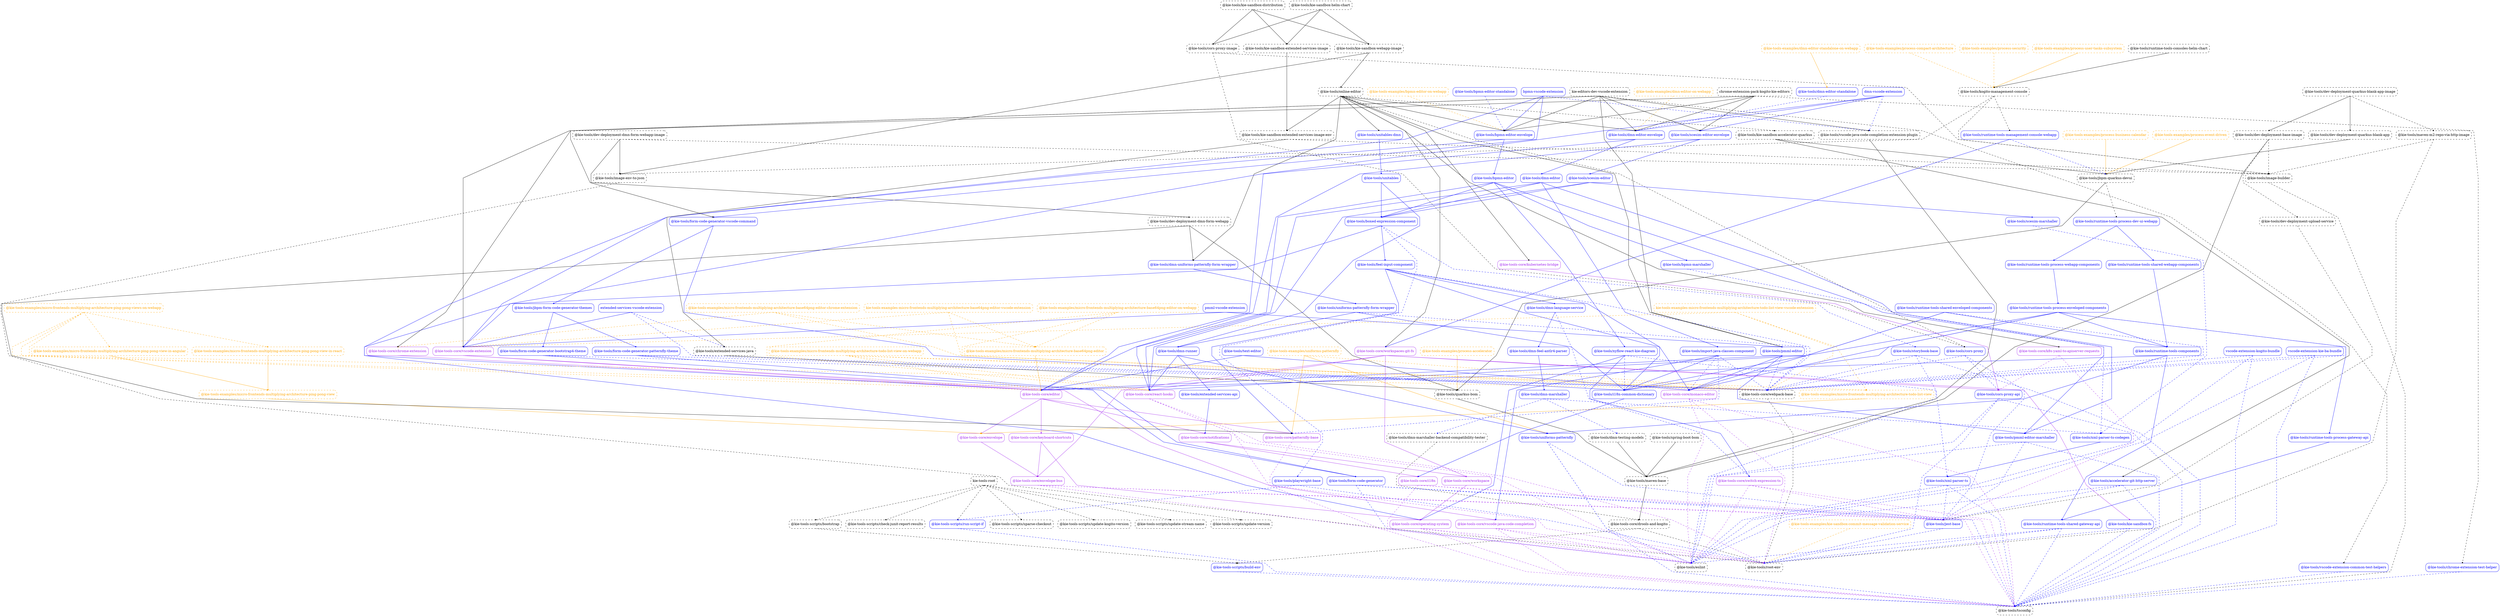
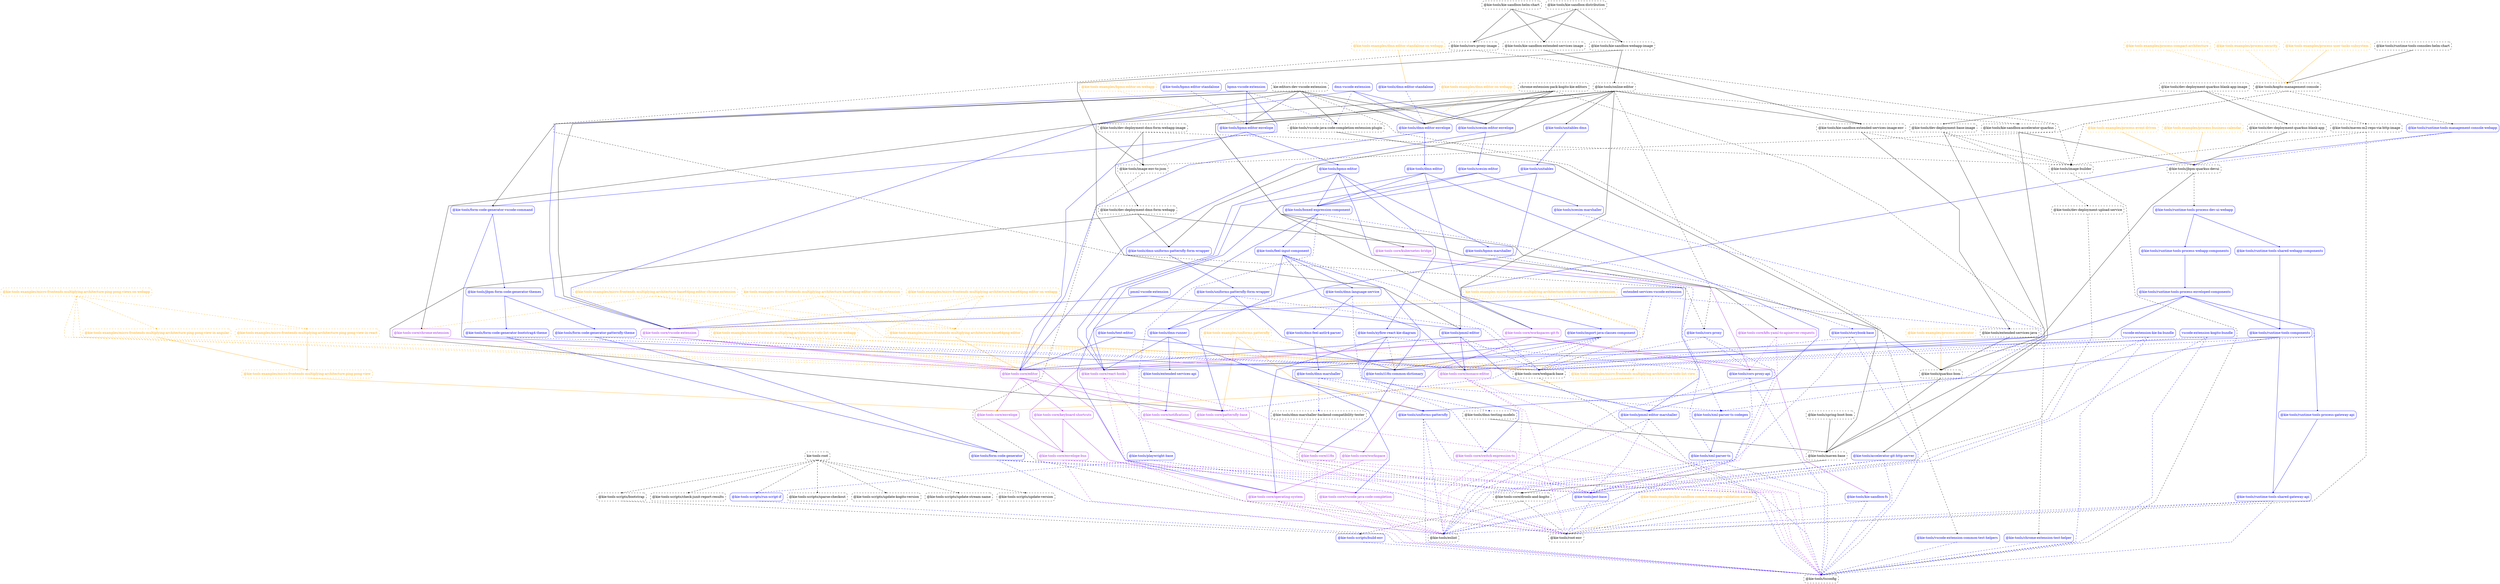
digraph G {
  graph [ ranksep =2, splines = "polyline", rankdir =TB, ordering = "out" ];
  node [ shape =box ];
  edge [ headport = "n", tailport = "s", arrowhead =dot, arrowsize =0.5 ];
  "kie-tools-root" [ color = "black", fontcolor = "black", style = "dashed, rounded" ];
  "@kie-tools-scripts/bootstrap" [ color = "black", fontcolor = "black", style = "dashed, rounded" ];
  "@kie-tools-scripts/check-junit-report-results" [ color = "black", fontcolor = "black", style = "dashed, rounded" ];
  "@kie-tools-scripts/run-script-if" [ color = "blue", fontcolor = "blue", style = "rounded" ];
  "@kie-tools-scripts/sparse-checkout" [ color = "black", fontcolor = "black", style = "dashed, rounded" ];
  "@kie-tools-scripts/update-kogito-version" [ color = "black", fontcolor = "black", style = "dashed, rounded" ];
  "@kie-tools-scripts/update-stream-name" [ color = "black", fontcolor = "black", style = "dashed, rounded" ];
  "@kie-tools-scripts/update-version" [ color = "black", fontcolor = "black", style = "dashed, rounded" ];
  "@kie-tools-examples/bpmn-editor-on-webapp" [ color = "orange", fontcolor = "orange", style = "dashed, rounded" ];
  "@kie-tools/bpmn-editor-envelope" [ color = "blue", fontcolor = "blue", style = "rounded" ];
  "@kie-tools-examples/dmn-editor-on-webapp" [ color = "orange", fontcolor = "orange", style = "dashed, rounded" ];
  "@kie-tools/dmn-editor-envelope" [ color = "blue", fontcolor = "blue", style = "rounded" ];
  "@kie-tools-examples/dmn-editor-standalone-on-webapp" [ color = "orange", fontcolor = "orange", style = "dashed, rounded" ];
  "@kie-tools/dmn-editor-standalone" [ color = "blue", fontcolor = "blue", style = "rounded" ];
  "@kie-tools-examples/kie-sandbox-commit-message-validation-service" [ color = "orange", fontcolor = "orange", style = "dashed, rounded" ];
  "@kie-tools/root-env" [ color = "black", fontcolor = "black", style = "dashed, rounded" ];
  "@kie-tools-examples/micro-frontends-multiplying-architecture-base64png-editor" [ color = "orange", fontcolor = "orange", style = "dashed, rounded" ];
  "@kie-tools-core/editor" [ color = "purple", fontcolor = "purple", style = "rounded" ];
  "@kie-tools-examples/micro-frontends-multiplying-architecture-base64png-editor-chrome-extension" [ color = "orange", fontcolor = "orange", style = "dashed, rounded" ];
  "@kie-tools-core/chrome-extension" [ color = "purple", fontcolor = "purple", style = "rounded" ];
  "@kie-tools-core/webpack-base" [ color = "black", fontcolor = "black", style = "dashed, rounded" ];
  "@kie-tools-examples/micro-frontends-multiplying-architecture-base64png-editor-on-webapp" [ color = "orange", fontcolor = "orange", style = "dashed, rounded" ];
  "@kie-tools-core/react-hooks" [ color = "purple", fontcolor = "purple", style = "rounded" ];
  "kie-tools-examples-micro-frontends-multiplying-architecture-base64png-editor-vscode-extension" [ color = "orange", fontcolor = "orange", style = "dashed, rounded" ];
  "@kie-tools-core/vscode-extension" [ color = "purple", fontcolor = "purple", style = "rounded" ];
  "@kie-tools-examples/micro-frontends-multiplying-architecture-ping-pong-view" [ color = "orange", fontcolor = "orange", style = "dashed, rounded" ];
  "@kie-tools-core/envelope" [ color = "purple", fontcolor = "purple", style = "rounded" ];
  "@kie-tools-examples/micro-frontends-multiplying-architecture-ping-pong-view-in-angular" [ color = "orange", fontcolor = "orange", style = "dashed, rounded" ];
  "@kie-tools-examples/micro-frontends-multiplying-architecture-ping-pong-view-in-react" [ color = "orange", fontcolor = "orange", style = "dashed, rounded" ];
  "@kie-tools-examples/micro-frontends-multiplying-architecture-ping-pong-views-on-webapp" [ color = "orange", fontcolor = "orange", style = "dashed, rounded" ];
  "@kie-tools-examples/micro-frontends-multiplying-architecture-todo-list-view" [ color = "orange", fontcolor = "orange", style = "dashed, rounded" ];
  "@kie-tools-examples/micro-frontends-multiplying-architecture-todo-list-view-on-webapp" [ color = "orange", fontcolor = "orange", style = "dashed, rounded" ];
  "kie-tools-examples-micro-frontends-multiplying-architecture-todo-list-view-vscode-extension" [ color = "orange", fontcolor = "orange", style = "dashed, rounded" ];
  "@kie-tools-examples/process-accelerator" [ color = "orange", fontcolor = "orange", style = "dashed, rounded" ];
  "@kie-tools/quarkus-bom" [ color = "black", fontcolor = "black", style = "dashed, rounded" ];
  "@kie-tools-examples/process-business-calendar" [ color = "orange", fontcolor = "orange", style = "dashed, rounded" ];
  "@kie-tools/jbpm-quarkus-devui" [ color = "black", fontcolor = "black", style = "dashed, rounded" ];
  "@kie-tools-examples/process-compact-architecture" [ color = "orange", fontcolor = "orange", style = "dashed, rounded" ];
  "@kie-tools/kogito-management-console" [ color = "black", fontcolor = "black", style = "dashed, rounded" ];
  "@kie-tools-examples/process-event-driven" [ color = "orange", fontcolor = "orange", style = "dashed, rounded" ];
  "@kie-tools-examples/process-security" [ color = "orange", fontcolor = "orange", style = "dashed, rounded" ];
  "@kie-tools-examples/process-user-tasks-subsystem" [ color = "orange", fontcolor = "orange", style = "dashed, rounded" ];
  "@kie-tools-examples/uniforms-patternfly" [ color = "orange", fontcolor = "orange", style = "dashed, rounded" ];
  "@kie-tools-core/patternfly-base" [ color = "purple", fontcolor = "purple", style = "rounded" ];
  "@kie-tools/uniforms-patternfly" [ color = "blue", fontcolor = "blue", style = "rounded" ];
  "@kie-tools/accelerator-git-http-server" [ color = "blue", fontcolor = "blue", style = "rounded" ];
  "@kie-tools/eslint" [ color = "black", fontcolor = "black", style = "dashed, rounded" ];
  "@kie-tools/jest-base" [ color = "blue", fontcolor = "blue", style = "rounded" ];
  "@kie-tools/tsconfig" [ color = "black", fontcolor = "black", style = "dashed, rounded" ];
  "@kie-tools/boxed-expression-component" [ color = "blue", fontcolor = "blue", style = "rounded" ];
  "@kie-tools-core/operating-system" [ color = "purple", fontcolor = "purple", style = "rounded" ];
  "@kie-tools/feel-input-component" [ color = "blue", fontcolor = "blue", style = "rounded" ];
  "@kie-tools/playwright-base" [ color = "blue", fontcolor = "blue", style = "rounded" ];
  "@kie-tools/storybook-base" [ color = "blue", fontcolor = "blue", style = "rounded" ];
  "@kie-tools/bpmn-editor" [ color = "blue", fontcolor = "blue", style = "rounded" ];
  "@kie-tools/bpmn-marshaller" [ color = "blue", fontcolor = "blue", style = "rounded" ];
  "@kie-tools/pmml-editor-marshaller" [ color = "blue", fontcolor = "blue", style = "rounded" ];
  "@kie-tools/xyflow-react-kie-diagram" [ color = "blue", fontcolor = "blue", style = "rounded" ];
  "@kie-tools/bpmn-editor-standalone" [ color = "blue", fontcolor = "blue", style = "rounded" ];
  "@kie-tools/xml-parser-ts-codegen" [ color = "blue", fontcolor = "blue", style = "rounded" ];
  "bpmn-vscode-extension" [ color = "blue", fontcolor = "blue", style = "rounded" ];
  "@kie-tools/form-code-generator-vscode-command" [ color = "blue", fontcolor = "blue", style = "rounded" ];
  "@kie-tools/vscode-java-code-completion-extension-plugin" [ color = "black", fontcolor = "black", style = "dashed, rounded" ];
  "chrome-extension-pack-kogito-kie-editors" [ color = "black", fontcolor = "black", style = "dashed, rounded" ];
  "@kie-tools/scesim-editor-envelope" [ color = "blue", fontcolor = "blue", style = "rounded" ];
  "@kie-tools/chrome-extension-test-helper" [ color = "blue", fontcolor = "blue", style = "rounded" ];
  "@kie-tools/cors-proxy" [ color = "blue", fontcolor = "blue", style = "rounded" ];
  "@kie-tools/cors-proxy-api" [ color = "blue", fontcolor = "blue", style = "rounded" ];
  "@kie-tools/cors-proxy-image" [ color = "black", fontcolor = "black", style = "dashed, rounded" ];
  "@kie-tools/image-builder" [ color = "black", fontcolor = "black", style = "dashed, rounded" ];
  "@kie-tools/dev-deployment-base-image" [ color = "black", fontcolor = "black", style = "dashed, rounded" ];
  "@kie-tools/maven-base" [ color = "black", fontcolor = "black", style = "dashed, rounded" ];
  "@kie-tools/dev-deployment-upload-service" [ color = "black", fontcolor = "black", style = "dashed, rounded" ];
  "@kie-tools/dev-deployment-dmn-form-webapp" [ color = "black", fontcolor = "black", style = "dashed, rounded" ];
  "@kie-tools/dmn-uniforms-patternfly-form-wrapper" [ color = "blue", fontcolor = "blue", style = "rounded" ];
  "@kie-tools/dev-deployment-dmn-form-webapp-image" [ color = "black", fontcolor = "black", style = "dashed, rounded" ];
  "@kie-tools/image-env-to-json" [ color = "black", fontcolor = "black", style = "dashed, rounded" ];
  "@kie-tools/dev-deployment-quarkus-blank-app" [ color = "black", fontcolor = "black", style = "dashed, rounded" ];
  "@kie-tools/dev-deployment-quarkus-blank-app-image" [ color = "black", fontcolor = "black", style = "dashed, rounded" ];
  "@kie-tools/maven-m2-repo-via-http-image" [ color = "black", fontcolor = "black", style = "dashed, rounded" ];
  "@kie-tools/dmn-editor" [ color = "blue", fontcolor = "blue", style = "rounded" ];
  "@kie-tools/import-java-classes-component" [ color = "blue", fontcolor = "blue", style = "rounded" ];
  "@kie-tools/dmn-feel-antlr4-parser" [ color = "blue", fontcolor = "blue", style = "rounded" ];
  "@kie-tools/dmn-marshaller" [ color = "blue", fontcolor = "blue", style = "rounded" ];
  "@kie-tools/dmn-language-service" [ color = "blue", fontcolor = "blue", style = "rounded" ];
  "@kie-tools-core/switch-expression-ts" [ color = "purple", fontcolor = "purple", style = "rounded" ];
  "@kie-tools/dmn-marshaller-backend-compatibility-tester" [ color = "black", fontcolor = "black", style = "dashed, rounded" ];
  "@kie-tools/dmn-testing-models" [ color = "black", fontcolor = "black", style = "dashed, rounded" ];
  "@kie-tools-core/drools-and-kogito" [ color = "black", fontcolor = "black", style = "dashed, rounded" ];
  "@kie-tools/dmn-runner" [ color = "blue", fontcolor = "blue", style = "rounded" ];
  "@kie-tools/extended-services-api" [ color = "blue", fontcolor = "blue", style = "rounded" ];
  "@kie-tools/uniforms-patternfly-form-wrapper" [ color = "blue", fontcolor = "blue", style = "rounded" ];
  "dmn-vscode-extension" [ color = "blue", fontcolor = "blue", style = "rounded" ];
  "@kie-tools-scripts/build-env" [ color = "blue", fontcolor = "blue", style = "rounded" ];
  "@kie-tools-core/keyboard-shortcuts" [ color = "purple", fontcolor = "purple", style = "rounded" ];
  "@kie-tools-core/notifications" [ color = "purple", fontcolor = "purple", style = "rounded" ];
  "@kie-tools-core/envelope-bus" [ color = "purple", fontcolor = "purple", style = "rounded" ];
  "@kie-tools/extended-services-java" [ color = "black", fontcolor = "black", style = "dashed, rounded" ];
  "extended-services-vscode-extension" [ color = "blue", fontcolor = "blue", style = "rounded" ];
  "@kie-tools-core/monaco-editor" [ color = "purple", fontcolor = "purple", style = "rounded" ];
  "@kie-tools/i18n-common-dictionary" [ color = "blue", fontcolor = "blue", style = "rounded" ];
  "@kie-tools/form-code-generator" [ color = "blue", fontcolor = "blue", style = "rounded" ];
  "@kie-tools/form-code-generator-bootstrap4-theme" [ color = "blue", fontcolor = "blue", style = "rounded" ];
  "@kie-tools/form-code-generator-patternfly-theme" [ color = "blue", fontcolor = "blue", style = "rounded" ];
  "@kie-tools/jbpm-form-code-generator-themes" [ color = "blue", fontcolor = "blue", style = "rounded" ];
  "@kie-tools-core/i18n" [ color = "purple", fontcolor = "purple", style = "rounded" ];
  "@kie-tools-core/vscode-java-code-completion" [ color = "purple", fontcolor = "purple", style = "rounded" ];
  "@kie-tools/runtime-tools-process-dev-ui-webapp" [ color = "blue", fontcolor = "blue", style = "rounded" ];
  "@kie-tools-core/k8s-yaml-to-apiserver-requests" [ color = "purple", fontcolor = "purple", style = "rounded" ];
  "kie-editors-dev-vscode-extension" [ color = "black", fontcolor = "black", style = "dashed, rounded" ];
  "@kie-tools/pmml-editor" [ color = "blue", fontcolor = "blue", style = "rounded" ];
  "@kie-tools/vscode-extension-common-test-helpers" [ color = "blue", fontcolor = "blue", style = "rounded" ];
  "@kie-tools/kie-sandbox-accelerator-quarkus" [ color = "black", fontcolor = "black", style = "dashed, rounded" ];
  "@kie-tools/kie-sandbox-distribution" [ color = "black", fontcolor = "black", style = "dashed, rounded" ];
  "@kie-tools/kie-sandbox-extended-services-image" [ color = "black", fontcolor = "black", style = "dashed, rounded" ];
  "@kie-tools/kie-sandbox-webapp-image" [ color = "black", fontcolor = "black", style = "dashed, rounded" ];
  "@kie-tools/kie-sandbox-extended-services-image-env" [ color = "black", fontcolor = "black", style = "dashed, rounded" ];
  "@kie-tools/kie-sandbox-fs" [ color = "blue", fontcolor = "blue", style = "rounded" ];
  "@kie-tools/kie-sandbox-helm-chart" [ color = "black", fontcolor = "black", style = "dashed, rounded" ];
  "@kie-tools/online-editor" [ color = "black", fontcolor = "black", style = "dashed, rounded" ];
  "@kie-tools/runtime-tools-management-console-webapp" [ color = "blue", fontcolor = "blue", style = "rounded" ];
  "@kie-tools-core/kubernetes-bridge" [ color = "purple", fontcolor = "purple", style = "rounded" ];
  "@kie-tools-core/workspace" [ color = "purple", fontcolor = "purple", style = "rounded" ];
  "@kie-tools-core/workspaces-git-fs" [ color = "purple", fontcolor = "purple", style = "rounded" ];
  "@kie-tools/unitables-dmn" [ color = "blue", fontcolor = "blue", style = "rounded" ];
  "pmml-vscode-extension" [ color = "blue", fontcolor = "blue", style = "rounded" ];
  "@kie-tools/runtime-tools-components" [ color = "blue", fontcolor = "blue", style = "rounded" ];
  "@kie-tools/runtime-tools-shared-gateway-api" [ color = "blue", fontcolor = "blue", style = "rounded" ];
  "@kie-tools/runtime-tools-consoles-helm-chart" [ color = "black", fontcolor = "black", style = "dashed, rounded" ];
  "@kie-tools/runtime-tools-process-webapp-components" [ color = "blue", fontcolor = "blue", style = "rounded" ];
  "@kie-tools/runtime-tools-shared-webapp-components" [ color = "blue", fontcolor = "blue", style = "rounded" ];
  "@kie-tools/runtime-tools-process-enveloped-components" [ color = "blue", fontcolor = "blue", style = "rounded" ];
  "@kie-tools/runtime-tools-process-gateway-api" [ color = "blue", fontcolor = "blue", style = "rounded" ];
-   "@kie-tools/runtime-tools-shared-enveloped-components" [ color = "blue", fontcolor = "blue", style = "rounded" ];
  "@kie-tools/scesim-editor" [ color = "blue", fontcolor = "blue", style = "rounded" ];
  "@kie-tools/scesim-marshaller" [ color = "blue", fontcolor = "blue", style = "rounded" ];
  "@kie-tools/spring-boot-bom" [ color = "black", fontcolor = "black", style = "dashed, rounded" ];
  "@kie-tools/text-editor" [ color = "blue", fontcolor = "blue", style = "rounded" ];
  "@kie-tools/unitables" [ color = "blue", fontcolor = "blue", style = "rounded" ];
  "vscode-extension-kie-ba-bundle" [ color = "blue", fontcolor = "blue", style = "rounded" ];
  "vscode-extension-kogito-bundle" [ color = "blue", fontcolor = "blue", style = "rounded" ];
  "@kie-tools/xml-parser-ts" [ color = "blue", fontcolor = "blue", style = "rounded" ];
  "kie-tools-root" -> "@kie-tools-scripts/bootstrap" [ style = "dashed", color = "black" ];
  "kie-tools-root" -> "@kie-tools-scripts/check-junit-report-results" [ style = "dashed", color = "black" ];
  "kie-tools-root" -> "@kie-tools-scripts/run-script-if" [ style = "dashed", color = "black" ];
  "kie-tools-root" -> "@kie-tools-scripts/sparse-checkout" [ style = "dashed", color = "black" ];
  "kie-tools-root" -> "@kie-tools-scripts/update-kogito-version" [ style = "dashed", color = "black" ];
  "kie-tools-root" -> "@kie-tools-scripts/update-stream-name" [ style = "dashed", color = "black" ];
  "kie-tools-root" -> "@kie-tools-scripts/update-version" [ style = "dashed", color = "black" ];
  "@kie-tools-examples/bpmn-editor-on-webapp" -> "@kie-tools/bpmn-editor-envelope" [ style = "dashed", color = "orange" ];
  "@kie-tools-examples/dmn-editor-on-webapp" -> "@kie-tools/dmn-editor-envelope" [ style = "dashed", color = "orange" ];
  "@kie-tools-examples/dmn-editor-standalone-on-webapp" -> "@kie-tools/dmn-editor-standalone" [ style = "solid", color = "orange" ];
  "@kie-tools-examples/kie-sandbox-commit-message-validation-service" -> "@kie-tools/root-env" [ style = "dashed", color = "orange" ];
  "@kie-tools-examples/micro-frontends-multiplying-architecture-base64png-editor" -> "@kie-tools-core/editor" [ style = "solid", color = "orange" ];
  "@kie-tools-examples/micro-frontends-multiplying-architecture-base64png-editor-chrome-extension" -> "@kie-tools-core/chrome-extension" [ style = "dashed", color = "orange" ];
  "@kie-tools-examples/micro-frontends-multiplying-architecture-base64png-editor-chrome-extension" -> "@kie-tools-core/webpack-base" [ style = "dashed", color = "orange" ];
  "@kie-tools-examples/micro-frontends-multiplying-architecture-base64png-editor-chrome-extension" -> "@kie-tools-examples/micro-frontends-multiplying-architecture-base64png-editor" [ style = "dashed", color = "orange" ];
  "@kie-tools-examples/micro-frontends-multiplying-architecture-base64png-editor-on-webapp" -> "@kie-tools-core/react-hooks" [ style = "dashed", color = "orange" ];
  "@kie-tools-examples/micro-frontends-multiplying-architecture-base64png-editor-on-webapp" -> "@kie-tools-core/webpack-base" [ style = "dashed", color = "orange" ];
  "@kie-tools-examples/micro-frontends-multiplying-architecture-base64png-editor-on-webapp" -> "@kie-tools-examples/micro-frontends-multiplying-architecture-base64png-editor" [ style = "dashed", color = "orange" ];
  "kie-tools-examples-micro-frontends-multiplying-architecture-base64png-editor-vscode-extension" -> "@kie-tools-core/vscode-extension" [ style = "dashed", color = "orange" ];
  "kie-tools-examples-micro-frontends-multiplying-architecture-base64png-editor-vscode-extension" -> "@kie-tools-core/webpack-base" [ style = "dashed", color = "orange" ];
  "kie-tools-examples-micro-frontends-multiplying-architecture-base64png-editor-vscode-extension" -> "@kie-tools-examples/micro-frontends-multiplying-architecture-base64png-editor" [ style = "dashed", color = "orange" ];
  "@kie-tools-examples/micro-frontends-multiplying-architecture-ping-pong-view" -> "@kie-tools-core/envelope" [ style = "solid", color = "orange" ];
  "@kie-tools-examples/micro-frontends-multiplying-architecture-ping-pong-view-in-angular" -> "@kie-tools-examples/micro-frontends-multiplying-architecture-ping-pong-view" [ style = "solid", color = "orange" ];
  "@kie-tools-examples/micro-frontends-multiplying-architecture-ping-pong-view-in-react" -> "@kie-tools-examples/micro-frontends-multiplying-architecture-ping-pong-view" [ style = "solid", color = "orange" ];
  "@kie-tools-examples/micro-frontends-multiplying-architecture-ping-pong-views-on-webapp" -> "@kie-tools-core/editor" [ style = "dashed", color = "orange" ];
  "@kie-tools-examples/micro-frontends-multiplying-architecture-ping-pong-views-on-webapp" -> "@kie-tools-core/react-hooks" [ style = "dashed", color = "orange" ];
  "@kie-tools-examples/micro-frontends-multiplying-architecture-ping-pong-views-on-webapp" -> "@kie-tools-core/webpack-base" [ style = "dashed", color = "orange" ];
  "@kie-tools-examples/micro-frontends-multiplying-architecture-ping-pong-views-on-webapp" -> "@kie-tools-examples/micro-frontends-multiplying-architecture-ping-pong-view-in-angular" [ style = "dashed", color = "orange" ];
  "@kie-tools-examples/micro-frontends-multiplying-architecture-ping-pong-views-on-webapp" -> "@kie-tools-examples/micro-frontends-multiplying-architecture-ping-pong-view-in-react" [ style = "dashed", color = "orange" ];
  "@kie-tools-examples/micro-frontends-multiplying-architecture-todo-list-view" -> "@kie-tools-core/envelope" [ style = "solid", color = "orange" ];
  "@kie-tools-examples/micro-frontends-multiplying-architecture-todo-list-view-on-webapp" -> "@kie-tools-core/editor" [ style = "dashed", color = "orange" ];
  "@kie-tools-examples/micro-frontends-multiplying-architecture-todo-list-view-on-webapp" -> "@kie-tools-core/react-hooks" [ style = "dashed", color = "orange" ];
  "@kie-tools-examples/micro-frontends-multiplying-architecture-todo-list-view-on-webapp" -> "@kie-tools-core/webpack-base" [ style = "dashed", color = "orange" ];
  "@kie-tools-examples/micro-frontends-multiplying-architecture-todo-list-view-on-webapp" -> "@kie-tools-examples/micro-frontends-multiplying-architecture-todo-list-view" [ style = "dashed", color = "orange" ];
  "kie-tools-examples-micro-frontends-multiplying-architecture-todo-list-view-vscode-extension" -> "@kie-tools-core/vscode-extension" [ style = "dashed", color = "orange" ];
  "kie-tools-examples-micro-frontends-multiplying-architecture-todo-list-view-vscode-extension" -> "@kie-tools-core/webpack-base" [ style = "dashed", color = "orange" ];
  "kie-tools-examples-micro-frontends-multiplying-architecture-todo-list-view-vscode-extension" -> "@kie-tools-examples/micro-frontends-multiplying-architecture-todo-list-view" [ style = "dashed", color = "orange" ];
  "@kie-tools-examples/process-accelerator" -> "@kie-tools/quarkus-bom" [ style = "solid", color = "orange" ];
  "@kie-tools-examples/process-business-calendar" -> "@kie-tools/jbpm-quarkus-devui" [ style = "solid", color = "orange" ];
  "@kie-tools-examples/process-compact-architecture" -> "@kie-tools/kogito-management-console" [ style = "dashed", color = "orange" ];
  "@kie-tools-examples/process-event-driven" -> "@kie-tools/jbpm-quarkus-devui" [ style = "solid", color = "orange" ];
  "@kie-tools-examples/process-security" -> "@kie-tools/kogito-management-console" [ style = "dashed", color = "orange" ];
  "@kie-tools-examples/process-user-tasks-subsystem" -> "@kie-tools/kogito-management-console" [ style = "solid", color = "orange" ];
  "@kie-tools-examples/uniforms-patternfly" -> "@kie-tools-core/patternfly-base" [ style = "solid", color = "orange" ];
  "@kie-tools-examples/uniforms-patternfly" -> "@kie-tools/uniforms-patternfly" [ style = "solid", color = "orange" ];
  "@kie-tools-examples/uniforms-patternfly" -> "@kie-tools-core/webpack-base" [ style = "dashed", color = "orange" ];
  "@kie-tools/accelerator-git-http-server" -> "@kie-tools/eslint" [ style = "dashed", color = "blue" ];
  "@kie-tools/accelerator-git-http-server" -> "@kie-tools/jest-base" [ style = "dashed", color = "blue" ];
  "@kie-tools/accelerator-git-http-server" -> "@kie-tools/tsconfig" [ style = "dashed", color = "blue" ];
  "@kie-tools/boxed-expression-component" -> "@kie-tools-core/operating-system" [ style = "solid", color = "blue" ];
  "@kie-tools/boxed-expression-component" -> "@kie-tools/feel-input-component" [ style = "solid", color = "blue" ];
  "@kie-tools/boxed-expression-component" -> "@kie-tools/playwright-base" [ style = "dashed", color = "blue" ];
  "@kie-tools/boxed-expression-component" -> "@kie-tools/storybook-base" [ style = "dashed", color = "blue" ];
  "@kie-tools/bpmn-editor" -> "@kie-tools-core/react-hooks" [ style = "solid", color = "blue" ];
  "@kie-tools/bpmn-editor" -> "@kie-tools/boxed-expression-component" [ style = "solid", color = "blue" ];
  "@kie-tools/bpmn-editor" -> "@kie-tools/bpmn-marshaller" [ style = "solid", color = "blue" ];
  "@kie-tools/bpmn-editor" -> "@kie-tools/pmml-editor-marshaller" [ style = "solid", color = "blue" ];
  "@kie-tools/bpmn-editor" -> "@kie-tools/xyflow-react-kie-diagram" [ style = "solid", color = "blue" ];
  "@kie-tools/bpmn-editor-envelope" -> "@kie-tools-core/editor" [ style = "solid", color = "blue" ];
  "@kie-tools/bpmn-editor-envelope" -> "@kie-tools/bpmn-editor" [ style = "solid", color = "blue" ];
  "@kie-tools/bpmn-editor-standalone" -> "@kie-tools/bpmn-editor-envelope" [ style = "dashed", color = "blue" ];
  "@kie-tools/bpmn-marshaller" -> "@kie-tools/xml-parser-ts-codegen" [ style = "dashed", color = "blue" ];
  "bpmn-vscode-extension" -> "@kie-tools-core/vscode-extension" [ style = "solid", color = "blue" ];
  "bpmn-vscode-extension" -> "@kie-tools/bpmn-editor-envelope" [ style = "solid", color = "blue" ];
  "bpmn-vscode-extension" -> "@kie-tools/form-code-generator-vscode-command" [ style = "solid", color = "blue" ];
  "bpmn-vscode-extension" -> "@kie-tools/vscode-java-code-completion-extension-plugin" [ style = "dashed", color = "blue" ];
  "@kie-tools-core/chrome-extension" -> "@kie-tools-core/editor" [ style = "solid", color = "purple" ];
  "chrome-extension-pack-kogito-kie-editors" -> "@kie-tools-core/chrome-extension" [ style = "solid", color = "black" ];
  "chrome-extension-pack-kogito-kie-editors" -> "@kie-tools/bpmn-editor-envelope" [ style = "solid", color = "black" ];
  "chrome-extension-pack-kogito-kie-editors" -> "@kie-tools/dmn-editor-envelope" [ style = "solid", color = "black" ];
  "chrome-extension-pack-kogito-kie-editors" -> "@kie-tools/scesim-editor-envelope" [ style = "solid", color = "black" ];
  "chrome-extension-pack-kogito-kie-editors" -> "@kie-tools/chrome-extension-test-helper" [ style = "dashed", color = "black" ];
  "@kie-tools/chrome-extension-test-helper" -> "@kie-tools/tsconfig" [ style = "dashed", color = "blue" ];
  "@kie-tools/cors-proxy" -> "@kie-tools-core/webpack-base" [ style = "dashed", color = "blue" ];
  "@kie-tools/cors-proxy" -> "@kie-tools/cors-proxy-api" [ style = "dashed", color = "blue" ];
  "@kie-tools/cors-proxy" -> "@kie-tools/jest-base" [ style = "dashed", color = "blue" ];
  "@kie-tools/cors-proxy-api" -> "@kie-tools/eslint" [ style = "dashed", color = "blue" ];
  "@kie-tools/cors-proxy-api" -> "@kie-tools/root-env" [ style = "dashed", color = "blue" ];
  "@kie-tools/cors-proxy-api" -> "@kie-tools/tsconfig" [ style = "dashed", color = "blue" ];
  "@kie-tools/cors-proxy-image" -> "@kie-tools/cors-proxy" [ style = "dashed", color = "black" ];
  "@kie-tools/cors-proxy-image" -> "@kie-tools/image-builder" [ style = "dashed", color = "black" ];
  "@kie-tools/dev-deployment-base-image" -> "@kie-tools/maven-base" [ style = "solid", color = "black" ];
  "@kie-tools/dev-deployment-base-image" -> "@kie-tools/dev-deployment-upload-service" [ style = "dashed", color = "black" ];
  "@kie-tools/dev-deployment-base-image" -> "@kie-tools/image-builder" [ style = "dashed", color = "black" ];
  "@kie-tools/dev-deployment-dmn-form-webapp" -> "@kie-tools-core/patternfly-base" [ style = "solid", color = "black" ];
  "@kie-tools/dev-deployment-dmn-form-webapp" -> "@kie-tools/dmn-uniforms-patternfly-form-wrapper" [ style = "solid", color = "black" ];
  "@kie-tools/dev-deployment-dmn-form-webapp" -> "@kie-tools/quarkus-bom" [ style = "solid", color = "black" ];
  "@kie-tools/dev-deployment-dmn-form-webapp-image" -> "@kie-tools/dev-deployment-dmn-form-webapp" [ style = "solid", color = "black" ];
  "@kie-tools/dev-deployment-dmn-form-webapp-image" -> "@kie-tools/image-env-to-json" [ style = "solid", color = "black" ];
  "@kie-tools/dev-deployment-dmn-form-webapp-image" -> "@kie-tools/image-builder" [ style = "dashed", color = "black" ];
  "@kie-tools/dev-deployment-quarkus-blank-app" -> "@kie-tools/jbpm-quarkus-devui" [ style = "solid", color = "black" ];
  "@kie-tools/dev-deployment-quarkus-blank-app-image" -> "@kie-tools/dev-deployment-base-image" [ style = "solid", color = "black" ];
  "@kie-tools/dev-deployment-quarkus-blank-app-image" -> "@kie-tools/dev-deployment-quarkus-blank-app" [ style = "solid", color = "black" ];
  "@kie-tools/dev-deployment-quarkus-blank-app-image" -> "@kie-tools/maven-m2-repo-via-http-image" [ style = "dashed", color = "black" ];
  "@kie-tools/dev-deployment-upload-service" -> "@kie-tools/jest-base" [ style = "dashed", color = "black" ];
  "@kie-tools/dmn-editor" -> "@kie-tools-core/react-hooks" [ style = "solid", color = "blue" ];
  "@kie-tools/dmn-editor" -> "@kie-tools/boxed-expression-component" [ style = "solid", color = "blue" ];
  "@kie-tools/dmn-editor" -> "@kie-tools/import-java-classes-component" [ style = "solid", color = "blue" ];
  "@kie-tools/dmn-editor" -> "@kie-tools/pmml-editor-marshaller" [ style = "solid", color = "blue" ];
  "@kie-tools/dmn-editor-envelope" -> "@kie-tools-core/editor" [ style = "solid", color = "blue" ];
  "@kie-tools/dmn-editor-envelope" -> "@kie-tools/dmn-editor" [ style = "solid", color = "blue" ];
  "@kie-tools/dmn-editor-standalone" -> "@kie-tools/dmn-editor-envelope" [ style = "dashed", color = "blue" ];
  "@kie-tools/dmn-feel-antlr4-parser" -> "@kie-tools/dmn-marshaller" [ style = "solid", color = "blue" ];
  "@kie-tools/dmn-language-service" -> "@kie-tools/dmn-feel-antlr4-parser" [ style = "solid", color = "blue" ];
  "@kie-tools/dmn-language-service" -> "@kie-tools-core/switch-expression-ts" [ style = "dashed", color = "blue" ];
  "@kie-tools/dmn-marshaller" -> "@kie-tools/dmn-marshaller-backend-compatibility-tester" [ style = "dashed", color = "blue" ];
  "@kie-tools/dmn-marshaller" -> "@kie-tools/dmn-testing-models" [ style = "dashed", color = "blue" ];
  "@kie-tools/dmn-marshaller" -> "@kie-tools/xml-parser-ts-codegen" [ style = "dashed", color = "blue" ];
  "@kie-tools/dmn-marshaller-backend-compatibility-tester" -> "@kie-tools-core/drools-and-kogito" [ style = "dashed", color = "black" ];
  "@kie-tools/dmn-runner" -> "@kie-tools-core/react-hooks" [ style = "solid", color = "blue" ];
  "@kie-tools/dmn-runner" -> "@kie-tools/extended-services-api" [ style = "solid", color = "blue" ];
  "@kie-tools/dmn-runner" -> "@kie-tools/uniforms-patternfly" [ style = "solid", color = "blue" ];
  "@kie-tools/dmn-testing-models" -> "@kie-tools/maven-base" [ style = "solid", color = "black" ];
  "@kie-tools/dmn-uniforms-patternfly-form-wrapper" -> "@kie-tools/uniforms-patternfly-form-wrapper" [ style = "solid", color = "blue" ];
  "dmn-vscode-extension" -> "@kie-tools-core/vscode-extension" [ style = "solid", color = "blue" ];
  "dmn-vscode-extension" -> "@kie-tools/dmn-editor-envelope" [ style = "solid", color = "blue" ];
  "dmn-vscode-extension" -> "@kie-tools/scesim-editor-envelope" [ style = "solid", color = "blue" ];
  "dmn-vscode-extension" -> "@kie-tools/vscode-java-code-completion-extension-plugin" [ style = "dashed", color = "blue" ];
  "@kie-tools-core/drools-and-kogito" -> "@kie-tools-scripts/build-env" [ style = "dashed", color = "black" ];
  "@kie-tools-core/drools-and-kogito" -> "@kie-tools/root-env" [ style = "dashed", color = "black" ];
  "@kie-tools-core/editor" -> "@kie-tools-core/envelope" [ style = "solid", color = "purple" ];
  "@kie-tools-core/editor" -> "@kie-tools-core/keyboard-shortcuts" [ style = "solid", color = "purple" ];
  "@kie-tools-core/editor" -> "@kie-tools-core/notifications" [ style = "solid", color = "purple" ];
  "@kie-tools-core/editor" -> "@kie-tools-core/patternfly-base" [ style = "solid", color = "purple" ];
  "@kie-tools-core/envelope" -> "@kie-tools-core/envelope-bus" [ style = "solid", color = "purple" ];
  "@kie-tools-core/envelope-bus" -> "@kie-tools/eslint" [ style = "dashed", color = "purple" ];
  "@kie-tools-core/envelope-bus" -> "@kie-tools/jest-base" [ style = "dashed", color = "purple" ];
  "@kie-tools-core/envelope-bus" -> "@kie-tools/tsconfig" [ style = "dashed", color = "purple" ];
  "@kie-tools/extended-services-api" -> "@kie-tools-core/notifications" [ style = "solid", color = "blue" ];
  "@kie-tools/extended-services-java" -> "@kie-tools/quarkus-bom" [ style = "solid", color = "black" ];
  "extended-services-vscode-extension" -> "@kie-tools-core/vscode-extension" [ style = "solid", color = "blue" ];
  "extended-services-vscode-extension" -> "@kie-tools-core/webpack-base" [ style = "dashed", color = "blue" ];
  "extended-services-vscode-extension" -> "@kie-tools/extended-services-java" [ style = "dashed", color = "blue" ];
  "@kie-tools/feel-input-component" -> "@kie-tools-core/monaco-editor" [ style = "solid", color = "blue" ];
  "@kie-tools/feel-input-component" -> "@kie-tools-core/patternfly-base" [ style = "solid", color = "blue" ];
  "@kie-tools/feel-input-component" -> "@kie-tools/dmn-language-service" [ style = "solid", color = "blue" ];
  "@kie-tools/feel-input-component" -> "@kie-tools/i18n-common-dictionary" [ style = "solid", color = "blue" ];
  "@kie-tools/feel-input-component" -> "@kie-tools-core/webpack-base" [ style = "dashed", color = "blue" ];
  "@kie-tools/form-code-generator" -> "@kie-tools/eslint" [ style = "dashed", color = "blue" ];
  "@kie-tools/form-code-generator" -> "@kie-tools/jest-base" [ style = "dashed", color = "blue" ];
  "@kie-tools/form-code-generator" -> "@kie-tools/tsconfig" [ style = "dashed", color = "blue" ];
  "@kie-tools/form-code-generator-bootstrap4-theme" -> "@kie-tools/form-code-generator" [ style = "solid", color = "blue" ];
  "@kie-tools/form-code-generator-bootstrap4-theme" -> "@kie-tools-core/webpack-base" [ style = "dashed", color = "blue" ];
  "@kie-tools/form-code-generator-patternfly-theme" -> "@kie-tools/form-code-generator" [ style = "solid", color = "blue" ];
  "@kie-tools/form-code-generator-patternfly-theme" -> "@kie-tools-core/webpack-base" [ style = "dashed", color = "blue" ];
  "@kie-tools/form-code-generator-vscode-command" -> "@kie-tools/i18n-common-dictionary" [ style = "solid", color = "blue" ];
  "@kie-tools/form-code-generator-vscode-command" -> "@kie-tools/jbpm-form-code-generator-themes" [ style = "solid", color = "blue" ];
  "@kie-tools-core/i18n" -> "@kie-tools/eslint" [ style = "dashed", color = "purple" ];
  "@kie-tools-core/i18n" -> "@kie-tools/jest-base" [ style = "dashed", color = "purple" ];
  "@kie-tools-core/i18n" -> "@kie-tools/tsconfig" [ style = "dashed", color = "purple" ];
  "@kie-tools/i18n-common-dictionary" -> "@kie-tools-core/i18n" [ style = "solid", color = "blue" ];
  "@kie-tools/image-builder" -> "@kie-tools/tsconfig" [ style = "dashed", color = "black" ];
  "@kie-tools/image-env-to-json" -> "@kie-tools/root-env" [ style = "dashed", color = "black" ];
  "@kie-tools/import-java-classes-component" -> "@kie-tools-core/vscode-java-code-completion" [ style = "solid", color = "blue" ];
  "@kie-tools/import-java-classes-component" -> "@kie-tools/i18n-common-dictionary" [ style = "solid", color = "blue" ];
  "@kie-tools/import-java-classes-component" -> "@kie-tools-core/monaco-editor" [ style = "dashed", color = "blue" ];
  "@kie-tools/import-java-classes-component" -> "@kie-tools-core/patternfly-base" [ style = "dashed", color = "blue" ];
  "@kie-tools/import-java-classes-component" -> "@kie-tools-core/webpack-base" [ style = "dashed", color = "blue" ];
  "@kie-tools/jbpm-form-code-generator-themes" -> "@kie-tools/form-code-generator-bootstrap4-theme" [ style = "solid", color = "blue" ];
  "@kie-tools/jbpm-form-code-generator-themes" -> "@kie-tools/form-code-generator-patternfly-theme" [ style = "solid", color = "blue" ];
  "@kie-tools/jbpm-quarkus-devui" -> "@kie-tools/quarkus-bom" [ style = "solid", color = "black" ];
  "@kie-tools/jbpm-quarkus-devui" -> "@kie-tools/runtime-tools-process-dev-ui-webapp" [ style = "dashed", color = "black" ];
  "@kie-tools/jest-base" -> "@kie-tools/root-env" [ style = "dashed", color = "blue" ];
  "@kie-tools-core/k8s-yaml-to-apiserver-requests" -> "@kie-tools/cors-proxy-api" [ style = "dashed", color = "purple" ];
  "@kie-tools-core/k8s-yaml-to-apiserver-requests" -> "@kie-tools/jest-base" [ style = "dashed", color = "purple" ];
  "@kie-tools-core/keyboard-shortcuts" -> "@kie-tools-core/envelope-bus" [ style = "solid", color = "purple" ];
  "@kie-tools-core/keyboard-shortcuts" -> "@kie-tools-core/operating-system" [ style = "solid", color = "purple" ];
  "kie-editors-dev-vscode-extension" -> "@kie-tools-core/vscode-extension" [ style = "solid", color = "black" ];
  "kie-editors-dev-vscode-extension" -> "@kie-tools/bpmn-editor-envelope" [ style = "solid", color = "black" ];
  "kie-editors-dev-vscode-extension" -> "@kie-tools/dmn-editor-envelope" [ style = "solid", color = "black" ];
  "kie-editors-dev-vscode-extension" -> "@kie-tools/form-code-generator-vscode-command" [ style = "solid", color = "black" ];
  "kie-editors-dev-vscode-extension" -> "@kie-tools/pmml-editor" [ style = "solid", color = "black" ];
  "kie-editors-dev-vscode-extension" -> "@kie-tools/scesim-editor-envelope" [ style = "solid", color = "black" ];
  "kie-editors-dev-vscode-extension" -> "@kie-tools/vscode-java-code-completion-extension-plugin" [ style = "solid", color = "black" ];
  "kie-editors-dev-vscode-extension" -> "@kie-tools/vscode-extension-common-test-helpers" [ style = "dashed", color = "black" ];
  "@kie-tools/kie-sandbox-accelerator-quarkus" -> "@kie-tools/accelerator-git-http-server" [ style = "solid", color = "black" ];
  "@kie-tools/kie-sandbox-accelerator-quarkus" -> "@kie-tools/jbpm-quarkus-devui" [ style = "solid", color = "black" ];
  "@kie-tools/kie-sandbox-distribution" -> "@kie-tools/cors-proxy-image" [ style = "solid", color = "black" ];
  "@kie-tools/kie-sandbox-distribution" -> "@kie-tools/kie-sandbox-extended-services-image" [ style = "solid", color = "black" ];
  "@kie-tools/kie-sandbox-distribution" -> "@kie-tools/kie-sandbox-webapp-image" [ style = "solid", color = "black" ];
  "@kie-tools/kie-sandbox-extended-services-image" -> "@kie-tools/kie-sandbox-extended-services-image-env" [ style = "solid", color = "black" ];
  "@kie-tools/kie-sandbox-extended-services-image-env" -> "@kie-tools/extended-services-java" [ style = "solid", color = "black" ];
  "@kie-tools/kie-sandbox-extended-services-image-env" -> "@kie-tools/image-builder" [ style = "dashed", color = "black" ];
  "@kie-tools/kie-sandbox-fs" -> "@kie-tools/root-env" [ style = "dashed", color = "blue" ];
  "@kie-tools/kie-sandbox-fs" -> "@kie-tools/tsconfig" [ style = "dashed", color = "blue" ];
  "@kie-tools/kie-sandbox-helm-chart" -> "@kie-tools/cors-proxy-image" [ style = "solid", color = "black" ];
  "@kie-tools/kie-sandbox-helm-chart" -> "@kie-tools/kie-sandbox-extended-services-image" [ style = "solid", color = "black" ];
  "@kie-tools/kie-sandbox-helm-chart" -> "@kie-tools/kie-sandbox-webapp-image" [ style = "solid", color = "black" ];
  "@kie-tools/kie-sandbox-webapp-image" -> "@kie-tools/image-env-to-json" [ style = "solid", color = "black" ];
  "@kie-tools/kie-sandbox-webapp-image" -> "@kie-tools/online-editor" [ style = "solid", color = "black" ];
  "@kie-tools/kogito-management-console" -> "@kie-tools/image-builder" [ style = "dashed", color = "black" ];
  "@kie-tools/kogito-management-console" -> "@kie-tools/image-env-to-json" [ style = "dashed", color = "black" ];
  "@kie-tools/kogito-management-console" -> "@kie-tools/runtime-tools-management-console-webapp" [ style = "dashed", color = "black" ];
  "@kie-tools-core/kubernetes-bridge" -> "@kie-tools/cors-proxy-api" [ style = "solid", color = "purple" ];
  "@kie-tools/maven-base" -> "@kie-tools-core/drools-and-kogito" [ style = "solid", color = "black" ];
  "@kie-tools/maven-m2-repo-via-http-image" -> "@kie-tools/image-builder" [ style = "dashed", color = "black" ];
  "@kie-tools/maven-m2-repo-via-http-image" -> "@kie-tools/root-env" [ style = "dashed", color = "black" ];
  "@kie-tools-core/monaco-editor" -> "@kie-tools/eslint" [ style = "dashed", color = "purple" ];
  "@kie-tools-core/monaco-editor" -> "@kie-tools/root-env" [ style = "dashed", color = "purple" ];
  "@kie-tools-core/monaco-editor" -> "@kie-tools/tsconfig" [ style = "dashed", color = "purple" ];
  "@kie-tools-core/notifications" -> "@kie-tools-core/i18n" [ style = "solid", color = "purple" ];
  "@kie-tools-core/notifications" -> "@kie-tools-core/workspace" [ style = "solid", color = "purple" ];
  "@kie-tools/online-editor" -> "@kie-tools-core/k8s-yaml-to-apiserver-requests" [ style = "solid", color = "black" ];
  "@kie-tools/online-editor" -> "@kie-tools-core/kubernetes-bridge" [ style = "solid", color = "black" ];
  "@kie-tools/online-editor" -> "@kie-tools-core/workspaces-git-fs" [ style = "solid", color = "black" ];
  "@kie-tools/online-editor" -> "@kie-tools/bpmn-editor-envelope" [ style = "solid", color = "black" ];
  "@kie-tools/online-editor" -> "@kie-tools/dmn-editor-envelope" [ style = "solid", color = "black" ];
  "@kie-tools/online-editor" -> "@kie-tools/dmn-uniforms-patternfly-form-wrapper" [ style = "solid", color = "black" ];
  "@kie-tools/online-editor" -> "@kie-tools/kie-sandbox-extended-services-image-env" [ style = "solid", color = "black" ];
  "@kie-tools/online-editor" -> "@kie-tools/pmml-editor" [ style = "solid", color = "black" ];
  "@kie-tools/online-editor" -> "@kie-tools/unitables-dmn" [ style = "solid", color = "black" ];
  "@kie-tools/online-editor" -> "@kie-tools/cors-proxy" [ style = "dashed", color = "black" ];
  "@kie-tools/online-editor" -> "@kie-tools/kie-sandbox-accelerator-quarkus" [ style = "dashed", color = "black" ];
  "@kie-tools-core/operating-system" -> "@kie-tools/eslint" [ style = "dashed", color = "purple" ];
  "@kie-tools-core/operating-system" -> "@kie-tools/root-env" [ style = "dashed", color = "purple" ];
  "@kie-tools-core/operating-system" -> "@kie-tools/tsconfig" [ style = "dashed", color = "purple" ];
  "@kie-tools-core/patternfly-base" -> "@kie-tools/root-env" [ style = "dashed", color = "purple" ];
  "@kie-tools/playwright-base" -> "@kie-tools-scripts/run-script-if" [ style = "dashed", color = "blue" ];
  "@kie-tools/playwright-base" -> "@kie-tools/root-env" [ style = "dashed", color = "blue" ];
  "@kie-tools/pmml-editor" -> "@kie-tools-core/editor" [ style = "solid", color = "blue" ];
  "@kie-tools/pmml-editor" -> "@kie-tools-core/monaco-editor" [ style = "solid", color = "blue" ];
  "@kie-tools/pmml-editor" -> "@kie-tools/pmml-editor-marshaller" [ style = "solid", color = "blue" ];
  "@kie-tools/pmml-editor" -> "@kie-tools-core/webpack-base" [ style = "dashed", color = "blue" ];
  "@kie-tools/pmml-editor-marshaller" -> "@kie-tools/eslint" [ style = "dashed", color = "blue" ];
  "@kie-tools/pmml-editor-marshaller" -> "@kie-tools/jest-base" [ style = "dashed", color = "blue" ];
  "@kie-tools/pmml-editor-marshaller" -> "@kie-tools/tsconfig" [ style = "dashed", color = "blue" ];
  "pmml-vscode-extension" -> "@kie-tools-core/vscode-extension" [ style = "solid", color = "blue" ];
  "pmml-vscode-extension" -> "@kie-tools/pmml-editor" [ style = "solid", color = "blue" ];
  "@kie-tools/quarkus-bom" -> "@kie-tools/maven-base" [ style = "solid", color = "black" ];
  "@kie-tools-core/react-hooks" -> "@kie-tools/eslint" [ style = "dashed", color = "purple" ];
  "@kie-tools-core/react-hooks" -> "@kie-tools/root-env" [ style = "dashed", color = "purple" ];
  "@kie-tools-core/react-hooks" -> "@kie-tools/tsconfig" [ style = "dashed", color = "purple" ];
  "@kie-tools/runtime-tools-components" -> "@kie-tools-core/editor" [ style = "solid", color = "blue" ];
  "@kie-tools/runtime-tools-components" -> "@kie-tools/runtime-tools-shared-gateway-api" [ style = "solid", color = "blue" ];
  "@kie-tools/runtime-tools-components" -> "@kie-tools/uniforms-patternfly" [ style = "solid", color = "blue" ];
  "@kie-tools/runtime-tools-consoles-helm-chart" -> "@kie-tools/kogito-management-console" [ style = "solid", color = "black" ];
  "@kie-tools/runtime-tools-management-console-webapp" -> "@kie-tools-core/workspaces-git-fs" [ style = "solid", color = "blue" ];
  "@kie-tools/runtime-tools-management-console-webapp" -> "@kie-tools/jbpm-quarkus-devui" [ style = "dashed", color = "blue" ];
  "@kie-tools/runtime-tools-process-dev-ui-webapp" -> "@kie-tools/runtime-tools-process-webapp-components" [ style = "solid", color = "blue" ];
  "@kie-tools/runtime-tools-process-dev-ui-webapp" -> "@kie-tools/runtime-tools-shared-webapp-components" [ style = "solid", color = "blue" ];
  "@kie-tools/runtime-tools-process-enveloped-components" -> "@kie-tools-core/monaco-editor" [ style = "solid", color = "blue" ];
  "@kie-tools/runtime-tools-process-enveloped-components" -> "@kie-tools-core/react-hooks" [ style = "solid", color = "blue" ];
  "@kie-tools/runtime-tools-process-enveloped-components" -> "@kie-tools/i18n-common-dictionary" [ style = "solid", color = "blue" ];
  "@kie-tools/runtime-tools-process-enveloped-components" -> "@kie-tools/runtime-tools-components" [ style = "solid", color = "blue" ];
  "@kie-tools/runtime-tools-process-enveloped-components" -> "@kie-tools/runtime-tools-process-gateway-api" [ style = "solid", color = "blue" ];
  "@kie-tools/runtime-tools-process-enveloped-components" -> "@kie-tools-core/webpack-base" [ style = "dashed", color = "blue" ];
  "@kie-tools/runtime-tools-process-gateway-api" -> "@kie-tools/runtime-tools-shared-gateway-api" [ style = "solid", color = "blue" ];
  "@kie-tools/runtime-tools-process-webapp-components" -> "@kie-tools/runtime-tools-process-enveloped-components" [ style = "solid", color = "blue" ];
-   "@kie-tools/runtime-tools-shared-enveloped-components" -> "@kie-tools-core/monaco-editor" [ style = "solid", color = "blue" ];
-   "@kie-tools/runtime-tools-shared-enveloped-components" -> "@kie-tools/i18n-common-dictionary" [ style = "solid", color = "blue" ];
-   "@kie-tools/runtime-tools-shared-enveloped-components" -> "@kie-tools/runtime-tools-components" [ style = "solid", color = "blue" ];
-   "@kie-tools/runtime-tools-shared-enveloped-components" -> "@kie-tools-core/webpack-base" [ style = "dashed", color = "blue" ];
  "@kie-tools/runtime-tools-shared-gateway-api" -> "@kie-tools/eslint" [ style = "dashed", color = "blue" ];
  "@kie-tools/runtime-tools-shared-gateway-api" -> "@kie-tools/root-env" [ style = "dashed", color = "blue" ];
  "@kie-tools/runtime-tools-shared-gateway-api" -> "@kie-tools/tsconfig" [ style = "dashed", color = "blue" ];
  "@kie-tools/runtime-tools-shared-webapp-components" -> "@kie-tools/runtime-tools-components" [ style = "solid", color = "blue" ];
  "@kie-tools/scesim-editor" -> "@kie-tools-core/react-hooks" [ style = "solid", color = "blue" ];
  "@kie-tools/scesim-editor" -> "@kie-tools/boxed-expression-component" [ style = "solid", color = "blue" ];
  "@kie-tools/scesim-editor" -> "@kie-tools/scesim-marshaller" [ style = "solid", color = "blue" ];
  "@kie-tools/scesim-editor-envelope" -> "@kie-tools-core/editor" [ style = "solid", color = "blue" ];
  "@kie-tools/scesim-editor-envelope" -> "@kie-tools/scesim-editor" [ style = "solid", color = "blue" ];
  "@kie-tools/scesim-marshaller" -> "@kie-tools/xml-parser-ts-codegen" [ style = "dashed", color = "blue" ];
  "@kie-tools/spring-boot-bom" -> "@kie-tools/maven-base" [ style = "solid", color = "black" ];
  "@kie-tools/storybook-base" -> "@kie-tools-core/webpack-base" [ style = "dashed", color = "blue" ];
  "@kie-tools/storybook-base" -> "@kie-tools/eslint" [ style = "dashed", color = "blue" ];
  "@kie-tools/storybook-base" -> "@kie-tools/tsconfig" [ style = "dashed", color = "blue" ];
  "@kie-tools-core/switch-expression-ts" -> "@kie-tools/eslint" [ style = "dashed", color = "purple" ];
  "@kie-tools-core/switch-expression-ts" -> "@kie-tools/jest-base" [ style = "dashed", color = "purple" ];
  "@kie-tools-core/switch-expression-ts" -> "@kie-tools/tsconfig" [ style = "dashed", color = "purple" ];
  "@kie-tools/text-editor" -> "@kie-tools-core/editor" [ style = "solid", color = "blue" ];
  "@kie-tools/text-editor" -> "@kie-tools-core/monaco-editor" [ style = "solid", color = "blue" ];
  "@kie-tools/uniforms-patternfly" -> "@kie-tools/eslint" [ style = "dashed", color = "blue" ];
  "@kie-tools/uniforms-patternfly" -> "@kie-tools/jest-base" [ style = "dashed", color = "blue" ];
  "@kie-tools/uniforms-patternfly" -> "@kie-tools/tsconfig" [ style = "dashed", color = "blue" ];
  "@kie-tools/uniforms-patternfly-form-wrapper" -> "@kie-tools/dmn-runner" [ style = "solid", color = "blue" ];
  "@kie-tools/uniforms-patternfly-form-wrapper" -> "@kie-tools/i18n-common-dictionary" [ style = "solid", color = "blue" ];
  "@kie-tools/uniforms-patternfly-form-wrapper" -> "@kie-tools-core/webpack-base" [ style = "dashed", color = "blue" ];
  "@kie-tools/unitables" -> "@kie-tools/boxed-expression-component" [ style = "solid", color = "blue" ];
  "@kie-tools/unitables" -> "@kie-tools/dmn-runner" [ style = "solid", color = "blue" ];
  "@kie-tools/unitables-dmn" -> "@kie-tools/unitables" [ style = "solid", color = "blue" ];
  "@kie-tools-core/vscode-extension" -> "@kie-tools-core/editor" [ style = "solid", color = "purple" ];
  "@kie-tools-core/vscode-extension" -> "@kie-tools-core/vscode-java-code-completion" [ style = "solid", color = "purple" ];
  "@kie-tools/vscode-extension-common-test-helpers" -> "@kie-tools/tsconfig" [ style = "dashed", color = "blue" ];
  "vscode-extension-kie-ba-bundle" -> "@kie-tools-core/webpack-base" [ style = "dashed", color = "blue" ];
  "vscode-extension-kie-ba-bundle" -> "@kie-tools/eslint" [ style = "dashed", color = "blue" ];
  "vscode-extension-kie-ba-bundle" -> "@kie-tools/tsconfig" [ style = "dashed", color = "blue" ];
  "vscode-extension-kogito-bundle" -> "@kie-tools-core/webpack-base" [ style = "dashed", color = "blue" ];
  "vscode-extension-kogito-bundle" -> "@kie-tools/eslint" [ style = "dashed", color = "blue" ];
  "vscode-extension-kogito-bundle" -> "@kie-tools/tsconfig" [ style = "dashed", color = "blue" ];
  "@kie-tools-core/vscode-java-code-completion" -> "@kie-tools/eslint" [ style = "dashed", color = "purple" ];
  "@kie-tools-core/vscode-java-code-completion" -> "@kie-tools/root-env" [ style = "dashed", color = "purple" ];
  "@kie-tools-core/vscode-java-code-completion" -> "@kie-tools/tsconfig" [ style = "dashed", color = "purple" ];
  "@kie-tools/vscode-java-code-completion-extension-plugin" -> "@kie-tools/maven-base" [ style = "solid", color = "black" ];
  "@kie-tools-core/webpack-base" -> "@kie-tools/root-env" [ style = "dashed", color = "black" ];
  "@kie-tools-core/workspace" -> "@kie-tools-core/operating-system" [ style = "solid", color = "purple" ];
  "@kie-tools-core/workspaces-git-fs" -> "@kie-tools-core/envelope-bus" [ style = "solid", color = "purple" ];
  "@kie-tools-core/workspaces-git-fs" -> "@kie-tools-core/react-hooks" [ style = "solid", color = "purple" ];
  "@kie-tools-core/workspaces-git-fs" -> "@kie-tools-core/workspace" [ style = "solid", color = "purple" ];
  "@kie-tools-core/workspaces-git-fs" -> "@kie-tools/cors-proxy-api" [ style = "solid", color = "purple" ];
  "@kie-tools-core/workspaces-git-fs" -> "@kie-tools/kie-sandbox-fs" [ style = "solid", color = "purple" ];
  "@kie-tools/xml-parser-ts" -> "@kie-tools/eslint" [ style = "dashed", color = "blue" ];
  "@kie-tools/xml-parser-ts" -> "@kie-tools/jest-base" [ style = "dashed", color = "blue" ];
  "@kie-tools/xml-parser-ts" -> "@kie-tools/tsconfig" [ style = "dashed", color = "blue" ];
  "@kie-tools/xml-parser-ts-codegen" -> "@kie-tools/xml-parser-ts" [ style = "solid", color = "blue" ];
  "@kie-tools/xyflow-react-kie-diagram" -> "@kie-tools-core/operating-system" [ style = "solid", color = "blue" ];
  "@kie-tools/xyflow-react-kie-diagram" -> "@kie-tools-core/switch-expression-ts" [ style = "solid", color = "blue" ];
  "@kie-tools/xyflow-react-kie-diagram" -> "@kie-tools/i18n-common-dictionary" [ style = "dashed", color = "blue" ];
  "@kie-tools/xyflow-react-kie-diagram" -> "@kie-tools/xml-parser-ts" [ style = "dashed", color = "blue" ];
  "@kie-tools-scripts/bootstrap" -> "@kie-tools-scripts/build-env" [ style = "dashed", color = "black" ];
  "@kie-tools-scripts/build-env" -> "@kie-tools/tsconfig" [ style = "dashed", color = "blue" ];
  "@kie-tools-scripts/run-script-if" -> "@kie-tools/tsconfig" [ style = "dashed", color = "blue" ];
}
